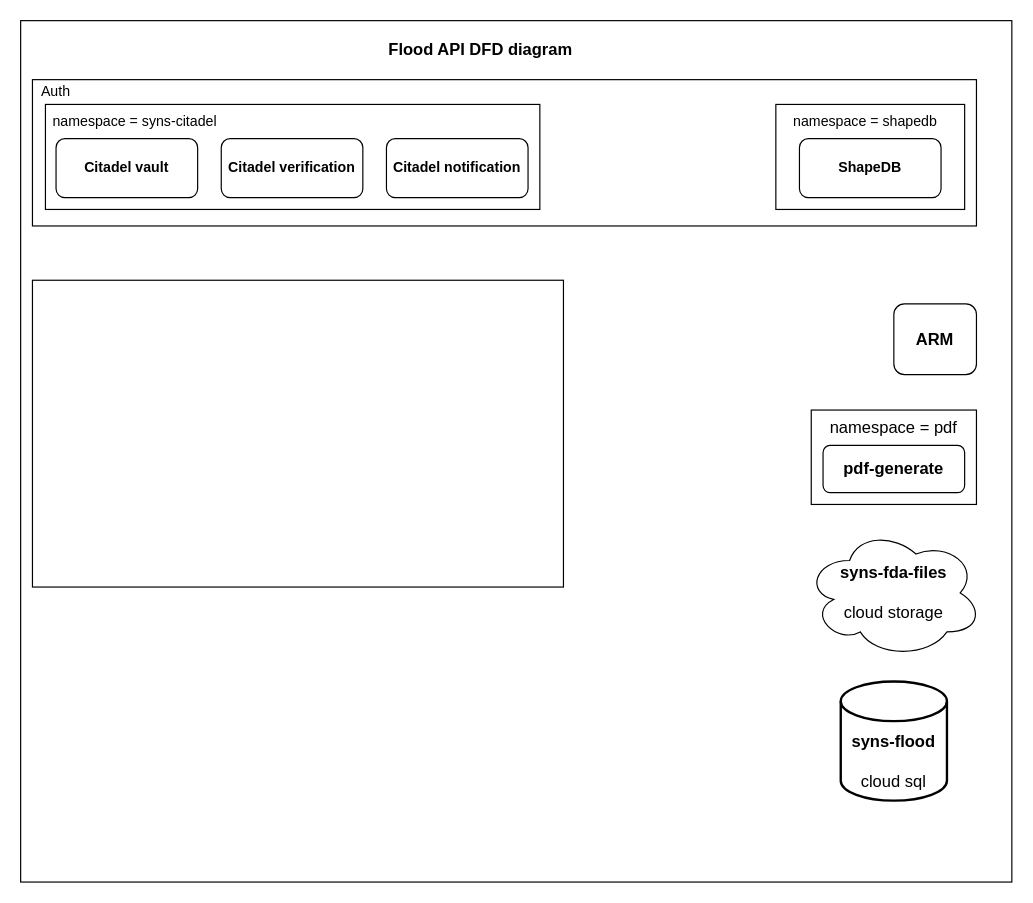
Above: fda.drawio in arif2009/diagram (draw.io), before the change. Source tidied: cells renumbered, new cells numbered last; positions are measured from the earlier drawing's top-left corner, leaving out a move shared by most shapes. Both pictures are drawn from the tidied source at 118%, with x=0, y=0 at pixel (20, 20).
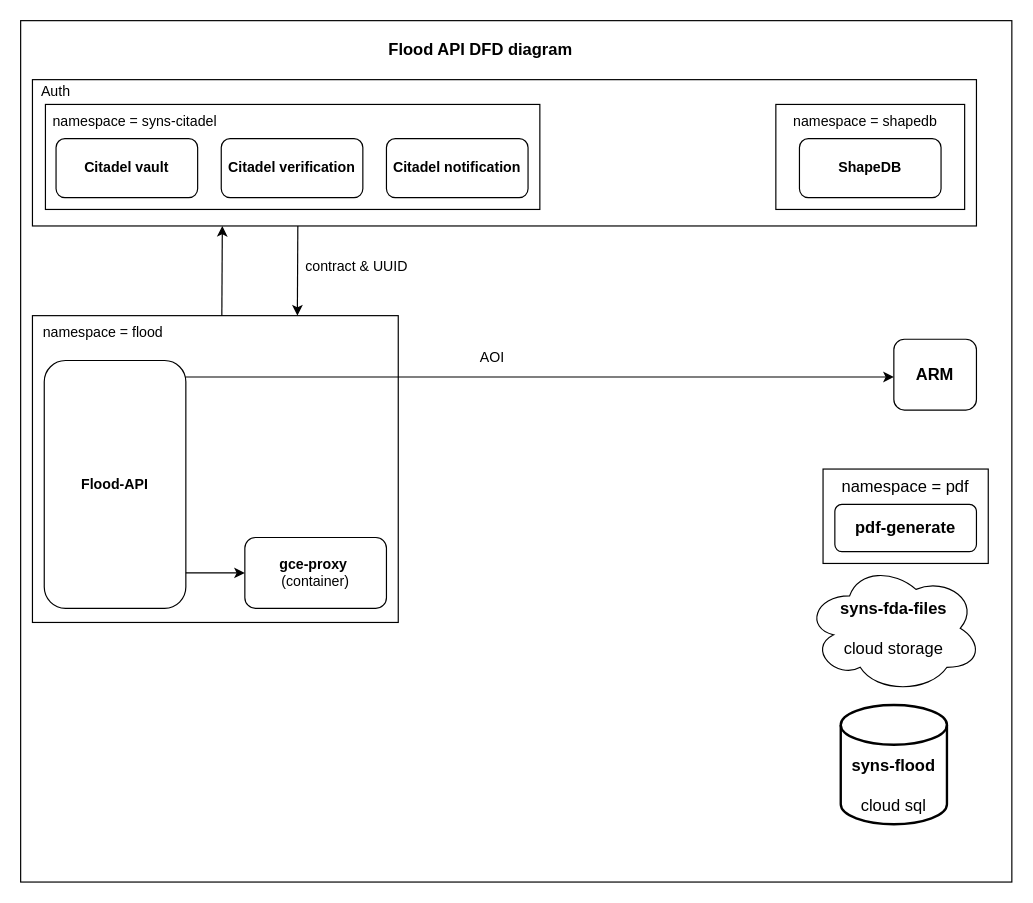
Above is the later version.

Commit message:
Added flood namespace box

Change to the diagram source:
```diff
@@
     <mxCell id="18" style="rounded=0;whiteSpace=wrap;html=1;labelBackgroundColor=none;fontSize=14;" parent="1" vertex="1">
-      <mxGeometry x="10" y="220" width="450" height="260" as="geometry" />
+      <mxGeometry x="10" y="250" width="310" height="260" as="geometry" />
     </mxCell>
     <mxCell id="19" value="ARM" style="rounded=1;whiteSpace=wrap;html=1;labelBackgroundColor=none;fontSize=14;fontStyle=1;" parent="1" vertex="1">
-      <mxGeometry x="740" y="240" width="70" height="60" as="geometry" />
+      <mxGeometry x="740" y="270" width="70" height="60" as="geometry" />
     </mxCell>
     <mxCell id="20" value="&lt;b&gt;syns-fda-files &lt;/b&gt;&lt;br&gt;&lt;br&gt;cloud storage" style="ellipse;shape=cloud;whiteSpace=wrap;html=1;labelBackgroundColor=none;fontSize=14;" parent="1" vertex="1">
-      <mxGeometry x="665" y="430" width="150" height="110" as="geometry" />
+      <mxGeometry x="665" y="460" width="150" height="110" as="geometry" />
     </mxCell>
     <mxCell id="21" value="&lt;b&gt;&lt;br&gt;&lt;br&gt;syns-flood&lt;/b&gt;&lt;br&gt;&lt;br&gt;cloud sql" style="strokeWidth=2;html=1;shape=mxgraph.flowchart.database;whiteSpace=wrap;labelBackgroundColor=none;fontSize=14;" parent="1" vertex="1">
-      <mxGeometry x="695" y="560" width="90" height="101" as="geometry" />
+      <mxGeometry x="695" y="580" width="90" height="101" as="geometry" />
     </mxCell>
     <mxCell id="22" style="group;" parent="1" vertex="1">
-      <mxGeometry x="670" y="330" width="140" height="80" as="geometry" />
+      <mxGeometry x="680" y="380" width="140" height="80" as="geometry" />
     </mxCell>
@@
+    <mxCell id="26" value="namespace = flood" style="text;html=1;strokeColor=none;fillColor=none;align=center;verticalAlign=middle;whiteSpace=wrap;rounded=0;" parent="1" vertex="1">
+      <mxGeometry x="10" y="250" width="120" height="30" as="geometry" />
+    </mxCell>
+    <mxCell id="27" style="group;" parent="1" vertex="1">
+      <mxGeometry x="20" y="288" width="290" height="210" as="geometry" />
+    </mxCell>
+    <mxCell id="28" value="&lt;b&gt;Flood-API&lt;/b&gt;" style="rounded=1;whiteSpace=wrap;html=1;" parent="27" vertex="1">
+      <mxGeometry width="120" height="210" as="geometry" />
+    </mxCell>
+    <mxCell id="29" value="&lt;b&gt;gce-proxy&lt;/b&gt;&lt;span&gt;&amp;nbsp;&lt;/span&gt;&lt;br&gt;&lt;span&gt;(container)&lt;/span&gt;" style="rounded=1;whiteSpace=wrap;html=1;" parent="27" vertex="1">
+      <mxGeometry x="170" y="150" width="120" height="60" as="geometry" />
+    </mxCell>
+    <mxCell id="30" style="endArrow=classic;html=1;rounded=0;exitX=1;exitY=0.857;exitDx=0;exitDy=0;exitPerimeter=0;" parent="27" edge="1">
+      <mxGeometry relative="1" as="geometry">
+        <mxPoint x="120" y="180" as="sourcePoint" />
+        <mxPoint x="170" y="180" as="targetPoint" />
+      </mxGeometry>
+    </mxCell>
+    <mxCell id="31" style="endArrow=classic;html=1;rounded=0;entryX=0.113;entryY=1;entryDx=0;entryDy=0;entryPerimeter=0;" parent="1" edge="1">
+      <mxGeometry relative="1" as="geometry">
+        <mxPoint x="170.5" y="250" as="sourcePoint" />
+        <mxPoint x="170.9" y="174" as="targetPoint" />
+      </mxGeometry>
+    </mxCell>
+    <mxCell id="32" style="endArrow=classic;html=1;rounded=0;entryX=0.113;entryY=1;entryDx=0;entryDy=0;entryPerimeter=0;fontStyle=0;verticalAlign=middle;" parent="1" edge="1">
+      <mxGeometry relative="1" as="geometry">
+        <mxPoint x="234.9" y="174" as="sourcePoint" />
+        <mxPoint x="234.5" y="250" as="targetPoint" />
+      </mxGeometry>
+    </mxCell>
+    <mxCell id="33" value="contract &amp;amp; UUID" style="text;html=1;strokeColor=none;fillColor=none;align=center;verticalAlign=middle;whiteSpace=wrap;rounded=0;" parent="1" vertex="1">
+      <mxGeometry x="240" y="194" width="90" height="30" as="geometry" />
+    </mxCell>
+    <mxCell id="34" style="endArrow=classic;html=1;rounded=0;verticalAlign=middle;" parent="1" edge="1">
+      <mxGeometry relative="1" as="geometry">
+        <mxPoint x="140" y="302" as="sourcePoint" />
+        <mxPoint x="740" y="302" as="targetPoint" />
+      </mxGeometry>
+    </mxCell>
+    <mxCell id="35" value="AOI" style="text;html=1;strokeColor=none;fillColor=none;align=center;verticalAlign=middle;whiteSpace=wrap;rounded=0;" parent="1" vertex="1">
+      <mxGeometry x="370" y="271" width="60" height="30" as="geometry" />
+    </mxCell>
```
